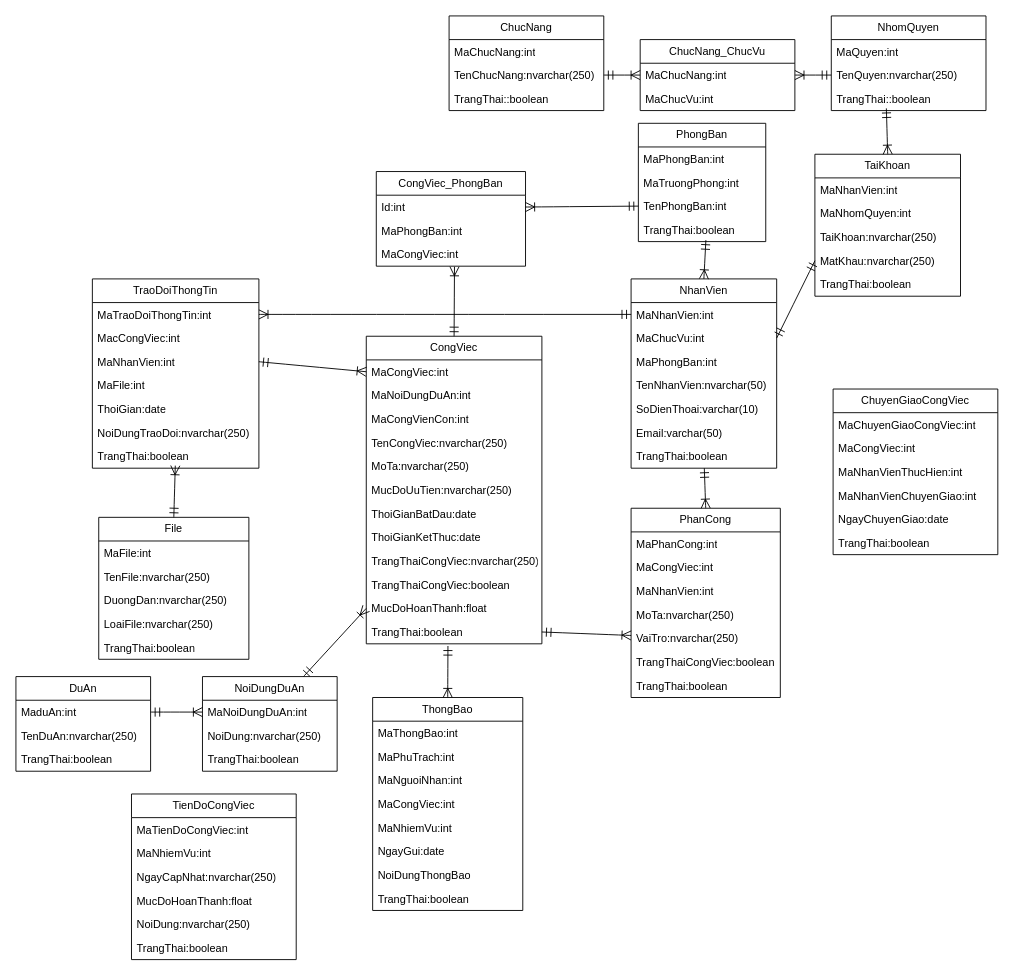
Above: new dacn+.net.drawio in maivantai2003/vercelDemo (draw.io), before the change. Source tidied: cells renumbered, new cells numbered last; positions are measured from the earlier drawing's top-left corner, leaving out a move shared by most shapes. Both pictures are drawn from the tidied source at 91%, with x=0, y=0 at pixel (15, 15).
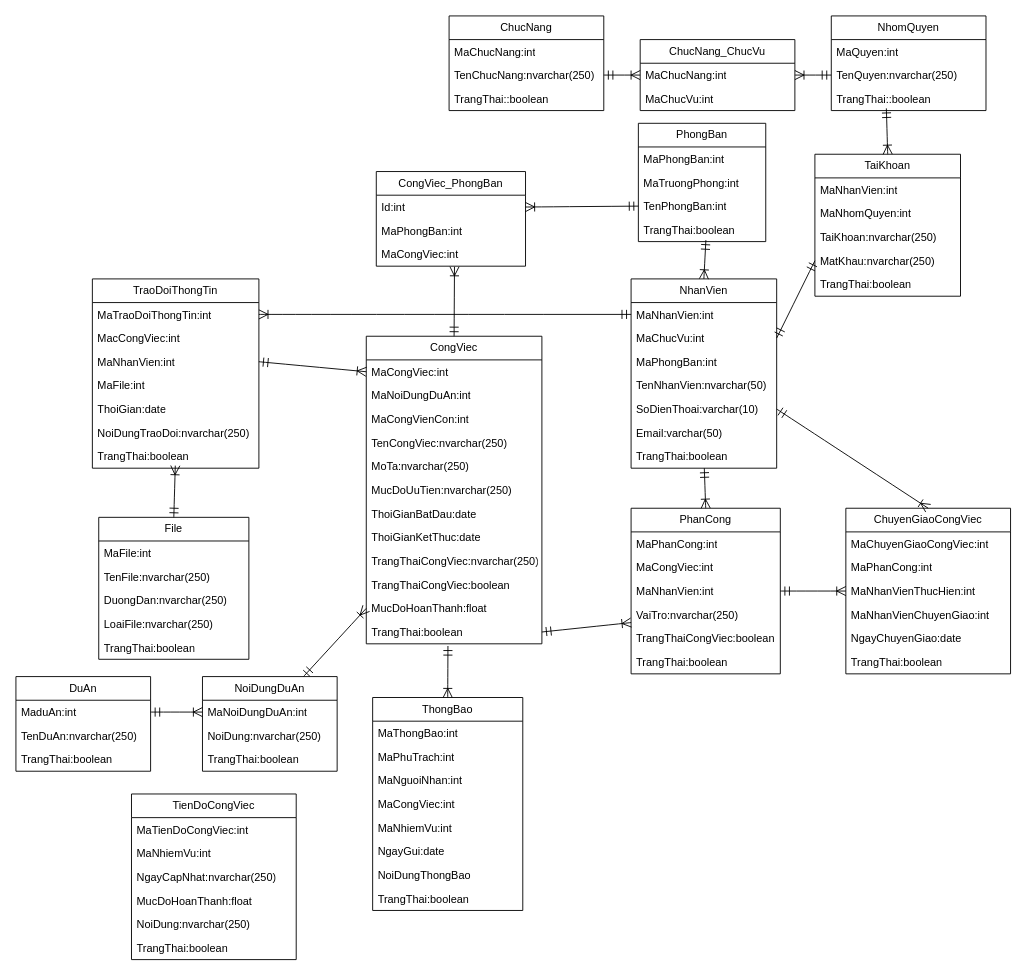
The same diagram, later.

Commit message:
Cập nhật new dacn+.net.drawio

The change refers to these unchanged cells:
```xml
<mxCell id="51" value="SoDienThoai:varchar(10)" style="text;strokeColor=none;fillColor=none;align=left;verticalAlign=top;spacingLeft=4;spacingRight=4;overflow=hidden;points=[[0,0.5],[1,0.5]];portConstraint=eastwest;whiteSpace=wrap;html=1;" parent="46" vertex="1">
  <mxGeometry y="130" width="160" height="26" as="geometry" />
</mxCell>
<mxCell id="61" value="MaNhanVien:int" style="text;strokeColor=none;fillColor=none;align=left;verticalAlign=top;spacingLeft=4;spacingRight=4;overflow=hidden;points=[[0,0.5],[1,0.5]];portConstraint=eastwest;whiteSpace=wrap;html=1;" parent="58" vertex="1">
  <mxGeometry y="78" width="164" height="26" as="geometry" />
</mxCell>
<mxCell id="113" value="MaNhanVienThucHien:int" style="text;strokeColor=none;fillColor=none;align=left;verticalAlign=top;spacingLeft=4;spacingRight=4;overflow=hidden;points=[[0,0.5],[1,0.5]];portConstraint=eastwest;whiteSpace=wrap;html=1;" parent="110" vertex="1">
  <mxGeometry y="78" width="181" height="26" as="geometry" />
</mxCell>
```

The edit, as a diff of the source:
```diff
@@
     <mxCell id="58" value="PhanCong" style="swimlane;fontStyle=0;horizontal=1;startSize=26;fillColor=none;whiteSpace=wrap;html=1;" parent="1" vertex="1">
-      <mxGeometry x="676" y="541" width="164" height="208" as="geometry" />
+      <mxGeometry x="676" y="541" width="164" height="182" as="geometry" />
     </mxCell>
@@
-    <mxCell id="62" value="MoTa:nvarchar(250)" style="text;strokeColor=none;fillColor=none;align=left;verticalAlign=top;spacingLeft=4;spacingRight=4;overflow=hidden;whiteSpace=wrap;html=1;" parent="58" vertex="1">
-      <mxGeometry y="104" width="164" height="26" as="geometry" />
-    </mxCell>
     <mxCell id="63" value="VaiTro:nvarchar(250)" style="text;strokeColor=none;fillColor=none;align=left;verticalAlign=top;spacingLeft=4;spacingRight=4;overflow=hidden;points=[[0,0.5],[1,0.5]];portConstraint=eastwest;whiteSpace=wrap;html=1;" parent="58" vertex="1">
-      <mxGeometry y="130" width="164" height="26" as="geometry" />
+      <mxGeometry y="104" width="164" height="26" as="geometry" />
     </mxCell>
     <mxCell id="64" value="TrangThaiCongViec:boolean" style="text;strokeColor=none;fillColor=none;align=left;verticalAlign=top;spacingLeft=4;spacingRight=4;overflow=hidden;whiteSpace=wrap;html=1;" parent="58" vertex="1">
-      <mxGeometry y="156" width="164" height="26" as="geometry" />
+      <mxGeometry y="130" width="164" height="26" as="geometry" />
     </mxCell>
     <mxCell id="65" value="TrangThai:boolean" style="text;strokeColor=none;fillColor=none;align=left;verticalAlign=top;spacingLeft=4;spacingRight=4;overflow=hidden;whiteSpace=wrap;html=1;" parent="58" vertex="1">
-      <mxGeometry y="182" width="164" height="26" as="geometry" />
+      <mxGeometry y="156" width="164" height="26" as="geometry" />
     </mxCell>
@@
     <mxCell id="110" value="ChuyenGiaoCongViec" style="swimlane;fontStyle=0;horizontal=1;startSize=26;fillColor=none;whiteSpace=wrap;html=1;" parent="1" vertex="1">
-      <mxGeometry x="898" y="410" width="181" height="182" as="geometry" />
+      <mxGeometry x="912" y="541" width="181" height="182" as="geometry" />
     </mxCell>
@@
-    <mxCell id="112" value="MaCongViec:int" style="text;strokeColor=none;fillColor=none;align=left;verticalAlign=top;spacingLeft=4;spacingRight=4;overflow=hidden;whiteSpace=wrap;html=1;" parent="110" vertex="1">
+    <mxCell id="112" value="MaPhanCong:int" style="text;strokeColor=none;fillColor=none;align=left;verticalAlign=top;spacingLeft=4;spacingRight=4;overflow=hidden;whiteSpace=wrap;html=1;" parent="110" vertex="1">
       <mxGeometry y="52" width="181" height="26" as="geometry" />
     </mxCell>
@@
+    <mxCell id="118" style="edgeStyle=none;curved=1;rounded=0;jettySize=auto;html=1;exitX=1;exitY=0.5;exitDx=0;exitDy=0;entryX=0;entryY=0.5;entryDx=0;entryDy=0;fontSize=12;startSize=8;endSize=8;endArrow=ERoneToMany;endFill=0;startArrow=ERmandOne;startFill=0;" parent="1" edge="1" source="61" target="113">
+      <mxGeometry relative="1" as="geometry" />
+    </mxCell>
+    <mxCell id="119" style="edgeStyle=none;curved=1;rounded=0;jettySize=auto;html=1;exitX=1;exitY=0.5;exitDx=0;exitDy=0;entryX=0.5;entryY=0;entryDx=0;entryDy=0;fontSize=12;startSize=8;endSize=8;endArrow=ERoneToMany;endFill=0;startArrow=ERmandOne;startFill=0;" parent="1" edge="1" source="51" target="110">
+      <mxGeometry relative="1" as="geometry" />
+    </mxCell>
```
